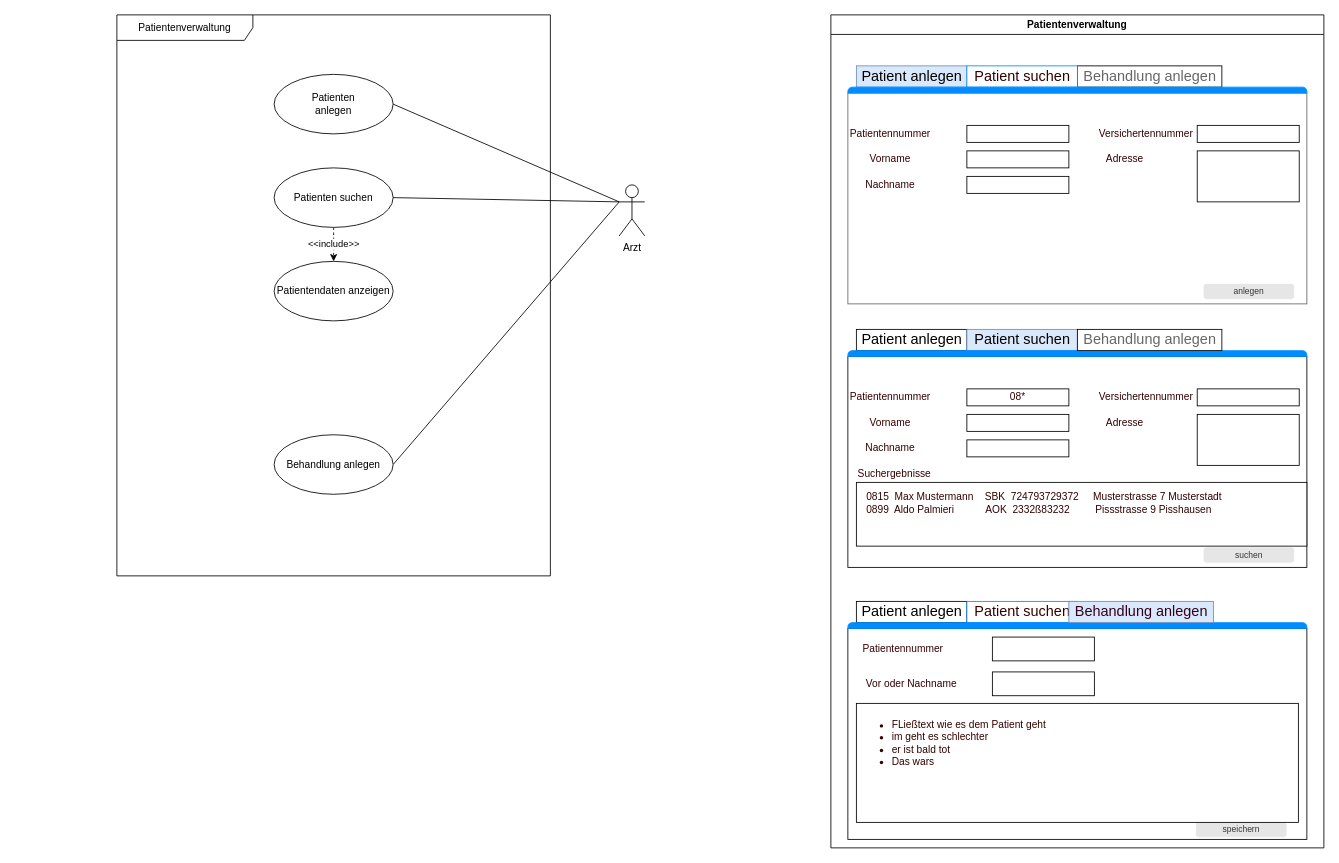
Before: UseCaseDiagram/Patientenverwaltung.drawio in TheRealRango/technikerschule, a draw.io diagram. Source tidied: cells renumbered, new cells numbered last; positions are measured from the earlier drawing's top-left corner, leaving out a move shared by most shapes. Both pictures are drawn from the tidied source at 85%, with x=0, y=0 at pixel (116, 14).
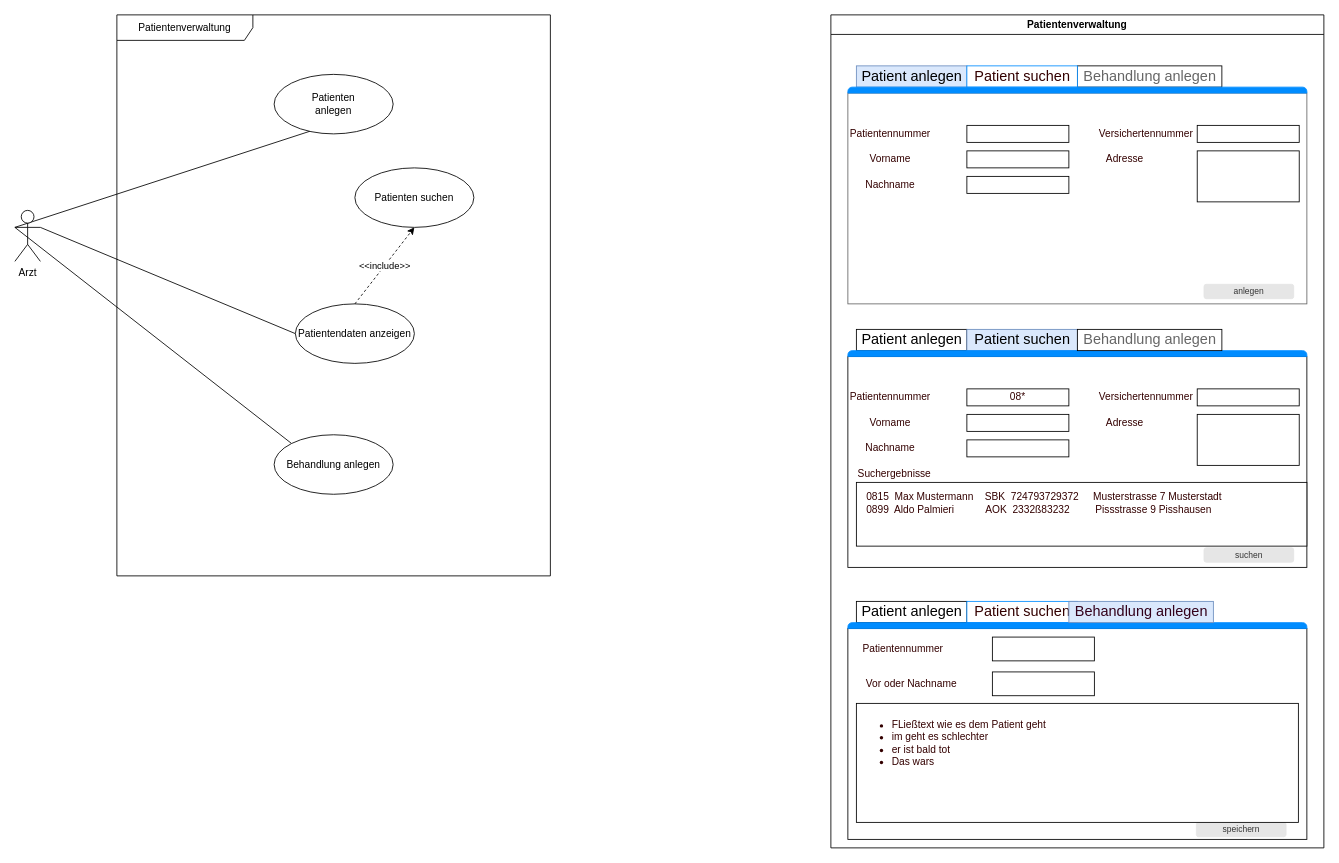
The same page after the edit.

Unchanged cells that the change refers to:
```xml
<mxCell id="57" value="Behandlung anlegen" style="ellipse;whiteSpace=wrap;html=1;" parent="1" vertex="1">
  <mxGeometry x="185" y="494" width="140" height="70" as="geometry" />
</mxCell>
```

Change to the diagram source:
```diff
@@
-    <mxCell id="4" style="edgeStyle=none;rounded=0;jettySize=auto;html=1;exitX=0;exitY=0.3333333333333333;exitDx=0;exitDy=0;exitPerimeter=0;entryX=1;entryY=0.5;entryDx=0;entryDy=0;endArrow=none;endFill=0;" parent="1" edge="1" source="6" target="10">
-      <mxGeometry relative="1" as="geometry" />
-    </mxCell>
-    <mxCell id="5" style="edgeStyle=none;rounded=0;jettySize=auto;html=1;exitX=0;exitY=0.3333333333333333;exitDx=0;exitDy=0;exitPerimeter=0;entryX=1;entryY=0.5;entryDx=0;entryDy=0;endArrow=none;endFill=0;" parent="1" edge="1" source="6" target="57">
+    <mxCell id="5" style="edgeStyle=none;rounded=0;jettySize=auto;html=1;exitX=0;exitY=0.3333333333333333;exitDx=0;exitDy=0;exitPerimeter=0;entryX=0;entryY=0;entryDx=0;entryDy=0;endArrow=none;endFill=0;" parent="1" edge="1" source="6" target="57">
       <mxGeometry relative="1" as="geometry" />
     </mxCell>
+    <mxCell id="59" style="edgeStyle=none;rounded=0;jettySize=auto;html=1;exitX=1;exitY=0.3333333333333333;exitDx=0;exitDy=0;exitPerimeter=0;entryX=0;entryY=0.5;entryDx=0;entryDy=0;endArrow=none;endFill=0;" parent="1" edge="1" source="6" target="8">
+      <mxGeometry relative="1" as="geometry" />
+    </mxCell>
     <mxCell id="6" value="Arzt" style="shape=umlActor;verticalLabelPosition=bottom;verticalAlign=top;html=1;" parent="1" vertex="1">
-      <mxGeometry x="591" y="200" width="30" height="60" as="geometry" />
+      <mxGeometry x="-120" y="230" width="30" height="60" as="geometry" />
     </mxCell>
@@
     <mxCell id="8" value="Patientendaten anzeigen" style="ellipse;whiteSpace=wrap;html=1;" parent="1" vertex="1">
-      <mxGeometry x="185" y="290" width="140" height="70" as="geometry" />
+      <mxGeometry x="210" y="340" width="140" height="70" as="geometry" />
     </mxCell>
-    <mxCell id="9" value="&amp;lt;&amp;lt;include&amp;gt;&amp;gt;" style="edgeStyle=none;rounded=0;jettySize=auto;html=1;exitX=0.5;exitY=1;exitDx=0;exitDy=0;entryX=0.5;entryY=0;entryDx=0;entryDy=0;endArrow=classic;endFill=1;dashed=1;" parent="1" edge="1" source="10" target="8">
+    <mxCell id="9" value="&amp;lt;&amp;lt;include&amp;gt;&amp;gt;" style="edgeStyle=none;rounded=0;jettySize=auto;html=1;exitX=0.5;exitY=0;exitDx=0;exitDy=0;endArrow=classic;endFill=1;dashed=1;entryX=0.5;entryY=1;entryDx=0;entryDy=0;" parent="1" edge="1" source="8" target="10">
       <mxGeometry relative="1" as="geometry" />
     </mxCell>
     <mxCell id="10" value="Patienten suchen" style="ellipse;whiteSpace=wrap;html=1;" parent="1" vertex="1">
-      <mxGeometry x="185" y="180" width="140" height="70" as="geometry" />
+      <mxGeometry x="280" y="180" width="140" height="70" as="geometry" />
     </mxCell>
```
